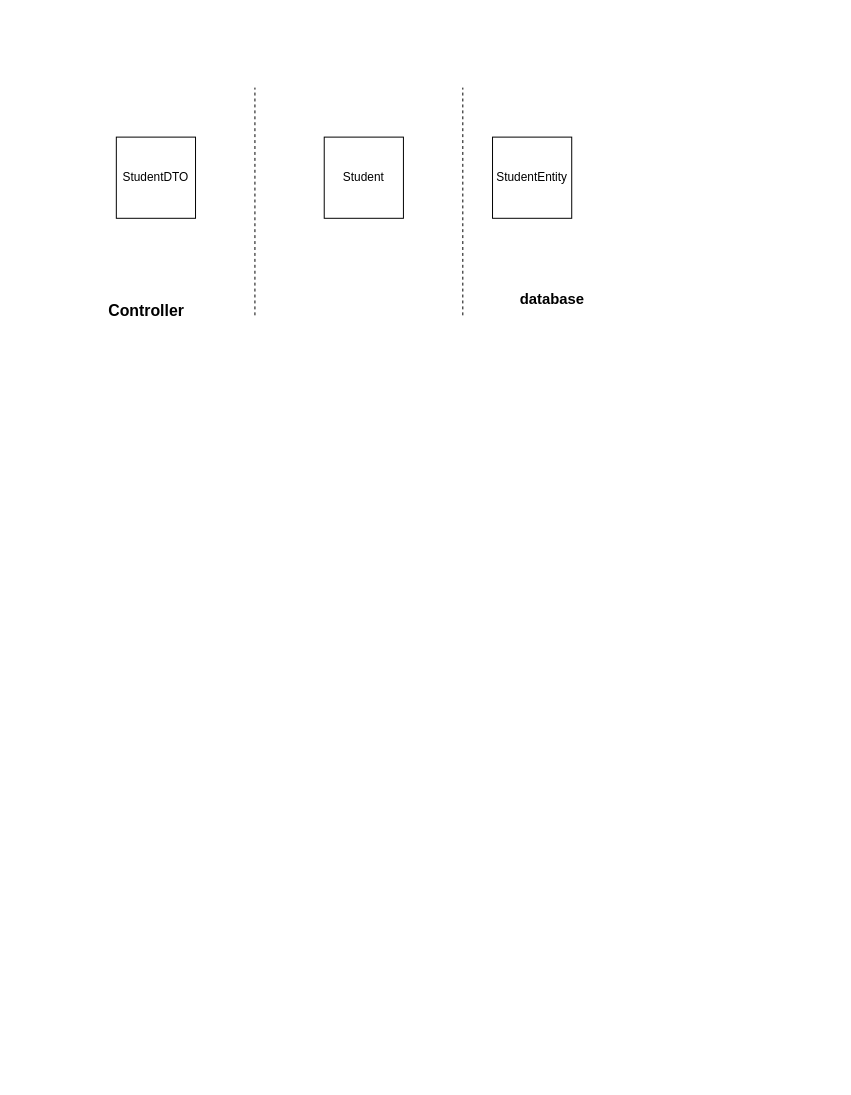
Above: hexagonal-architecure/my-poc-hexagonal/Untitled Diagram.drawio in amirensit/pocs (draw.io), before the change. Source tidied: cells renumbered, new cells numbered last; positions are measured from the earlier drawing's top-left corner, leaving out a move shared by most shapes. Both pictures are drawn from the tidied source at 99%, with x=0, y=0 at pixel (96, 87).
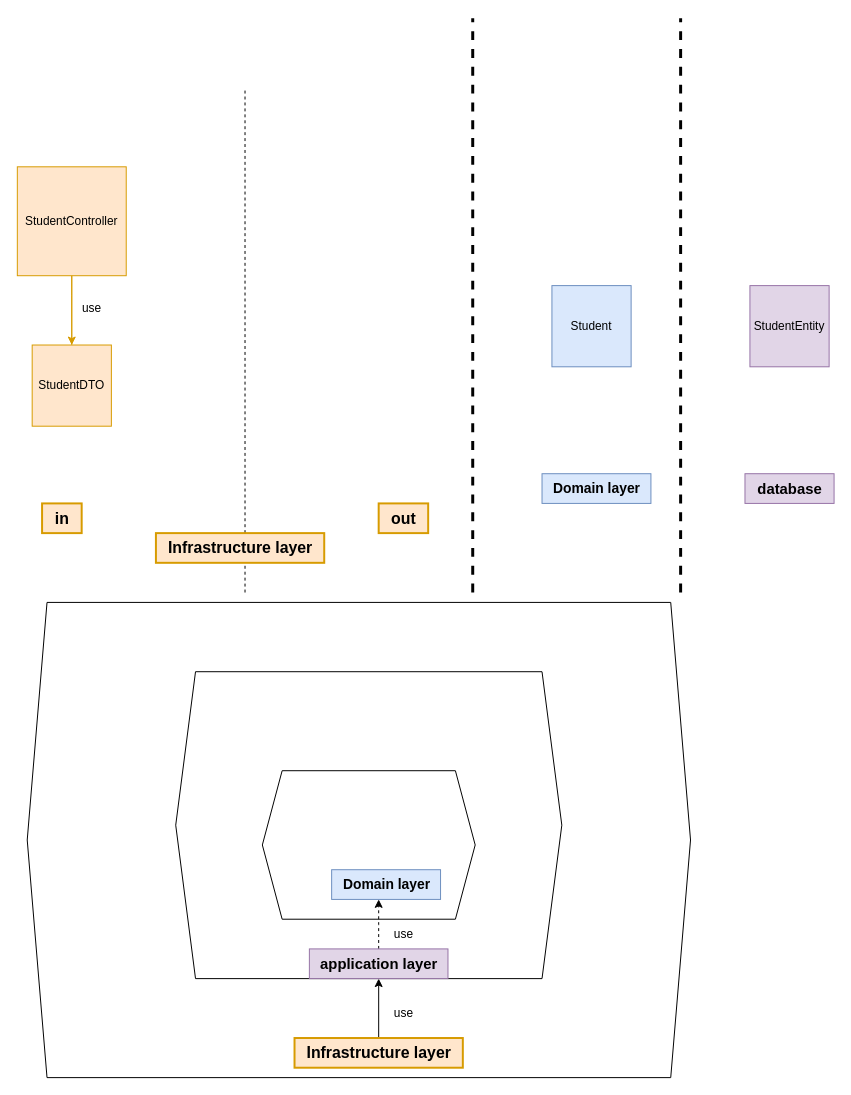
The same diagram, later.

Change to the diagram source:
```diff
@@
+    <mxCell id="9" style="endArrow=none;dashed=1;html=1;rounded=0;strokeWidth=1;" parent="1" edge="1">
+      <mxGeometry relative="1" as="geometry">
+        <mxPoint x="150" y="510" as="sourcePoint" />
+        <mxPoint x="150" as="targetPoint" />
+      </mxGeometry>
+    </mxCell>
+    <mxCell id="10" style="shape=hexagon;perimeter=hexagonPerimeter2;whiteSpace=wrap;html=1;fixedSize=1;" parent="1" vertex="1">
+      <mxGeometry x="-70" y="520" width="670" height="480" as="geometry" />
+    </mxCell>
+    <mxCell id="11" style="shape=hexagon;perimeter=hexagonPerimeter2;whiteSpace=wrap;html=1;fixedSize=1;" parent="1" vertex="1">
+      <mxGeometry x="80" y="590" width="390" height="310" as="geometry" />
+    </mxCell>
+    <mxCell id="12" style="edgeStyle=orthogonalEdgeStyle;rounded=0;jettySize=auto;html=1;fillColor=#ffe6cc;strokeColor=#d79b00;" parent="1" edge="1" source="2">
+      <mxGeometry relative="1" as="geometry">
+        <mxPoint x="-25" y="180" as="targetPoint" />
+      </mxGeometry>
+    </mxCell>
-    <mxCell id="2" value="StudentDTO&lt;br&gt;" style="whiteSpace=wrap;html=1;" parent="1" vertex="1">
-      <mxGeometry x="20" y="50" width="80" height="82" as="geometry" />
+    <mxCell id="2" value="StudentDTO&lt;br&gt;" style="whiteSpace=wrap;html=1;fillColor=#ffe6cc;strokeColor=#d79b00;" parent="1" vertex="1">
+      <mxGeometry x="-65" y="260" width="80" height="82" as="geometry" />
     </mxCell>
-    <mxCell id="3" value="Student" style="whiteSpace=wrap;html=1;" parent="1" vertex="1">
-      <mxGeometry x="230" y="50" width="80" height="82" as="geometry" />
+    <mxCell id="3" value="Student" style="whiteSpace=wrap;html=1;fillColor=#dae8fc;strokeColor=#6c8ebf;" parent="1" vertex="1">
+      <mxGeometry x="460" y="200" width="80" height="82" as="geometry" />
     </mxCell>
-    <mxCell id="4" value="StudentEntity" style="whiteSpace=wrap;html=1;" parent="1" vertex="1">
-      <mxGeometry x="400" y="50" width="80" height="82" as="geometry" />
+    <mxCell id="4" value="StudentEntity" style="whiteSpace=wrap;html=1;fillColor=#e1d5e7;strokeColor=#9673a6;" parent="1" vertex="1">
+      <mxGeometry x="660" y="200" width="80" height="82" as="geometry" />
     </mxCell>
-    <mxCell id="5" style="endArrow=none;dashed=1;html=1;rounded=0;" parent="1" edge="1">
+    <mxCell id="5" style="endArrow=none;dashed=1;html=1;rounded=0;strokeWidth=3;" parent="1" edge="1">
       <mxGeometry relative="1" as="geometry">
-        <mxPoint x="160" y="230" as="sourcePoint" />
-        <mxPoint x="160" as="targetPoint" />
+        <mxPoint x="380" y="510" as="sourcePoint" />
+        <mxPoint x="380" y="-70" as="targetPoint" />
       </mxGeometry>
     </mxCell>
-    <mxCell id="6" style="endArrow=none;dashed=1;html=1;rounded=0;" parent="1" edge="1">
+    <mxCell id="6" style="endArrow=none;dashed=1;html=1;rounded=0;strokeWidth=3;" parent="1" edge="1">
       <mxGeometry relative="1" as="geometry">
-        <mxPoint x="370" y="230" as="sourcePoint" />
-        <mxPoint x="370" as="targetPoint" />
+        <mxPoint x="590" y="510" as="sourcePoint" />
+        <mxPoint x="590" y="-70" as="targetPoint" />
       </mxGeometry>
     </mxCell>
+    <mxCell id="8" value="&lt;font size=&quot;1&quot; style=&quot;&quot;&gt;&lt;b style=&quot;font-size: 15px;&quot;&gt;database&lt;/b&gt;&lt;/font&gt;" style="text;html=1;align=center;verticalAlign=middle;strokeColor=#9673a6;fillColor=#e1d5e7;" parent="1" vertex="1">
+      <mxGeometry x="655" y="390" width="90" height="30" as="geometry" />
+    </mxCell>
+    <mxCell id="13" style="edgeStyle=orthogonalEdgeStyle;rounded=0;jettySize=auto;html=1;entryX=0.5;entryY=0;entryDx=0;entryDy=0;fillColor=#ffe6cc;strokeColor=#d79b00;" parent="1" edge="1" source="14" target="2">
+      <mxGeometry relative="1" as="geometry">
+        <Array as="points">
+          <mxPoint x="-25" y="210" />
+          <mxPoint x="-25" y="210" />
+        </Array>
+      </mxGeometry>
+    </mxCell>
+    <mxCell id="14" value="StudentController" style="whiteSpace=wrap;html=1;fillColor=#ffe6cc;strokeColor=#d79b00;" parent="1" vertex="1">
+      <mxGeometry x="-80" y="80" width="110" height="110" as="geometry" />
+    </mxCell>
+    <mxCell id="15" value="use" style="text;html=1;align=center;verticalAlign=middle;" parent="1" vertex="1">
+      <mxGeometry x="-25" y="208" width="40" height="30" as="geometry" />
+    </mxCell>
+    <mxCell id="16" value="&lt;b&gt;&lt;font style=&quot;font-size: 14px;&quot;&gt;Domain layer&lt;/font&gt;&lt;/b&gt;" style="text;html=1;align=center;verticalAlign=middle;strokeColor=#6c8ebf;fillColor=#dae8fc;" parent="1" vertex="1">
+      <mxGeometry x="450" y="390" width="110" height="30" as="geometry" />
+    </mxCell>
+    <mxCell id="17" style="shape=hexagon;perimeter=hexagonPerimeter2;whiteSpace=wrap;html=1;fixedSize=1;" parent="1" vertex="1">
+      <mxGeometry x="167.5" y="690" width="215" height="150" as="geometry" />
+    </mxCell>
+    <mxCell id="18" style="edgeStyle=orthogonalEdgeStyle;rounded=0;jettySize=auto;html=1;flowAnimation=1;" parent="1" edge="1" source="19" target="22">
+      <mxGeometry relative="1" as="geometry" />
+    </mxCell>
+    <mxCell id="19" value="&lt;font style=&quot;font-size: 16px;&quot;&gt;&lt;b&gt;Infrastructure layer&lt;br&gt;&lt;/b&gt;&lt;/font&gt;" style="text;html=1;align=center;verticalAlign=middle;points=[];strokeColor=#d79b00;fillColor=#ffe6cc;strokeWidth=2;" parent="1" vertex="1">
+      <mxGeometry x="200" y="960" width="170" height="30" as="geometry" />
+    </mxCell>
+    <mxCell id="20" value="&lt;b&gt;&lt;font style=&quot;font-size: 14px;&quot;&gt;Domain layer&lt;/font&gt;&lt;/b&gt;" style="text;html=1;align=center;verticalAlign=middle;strokeColor=#6c8ebf;fillColor=#dae8fc;" parent="1" vertex="1">
+      <mxGeometry x="237.5" y="790" width="110" height="30" as="geometry" />
+    </mxCell>
+    <mxCell id="21" style="edgeStyle=orthogonalEdgeStyle;rounded=0;jettySize=auto;html=1;dashed=1;flowAnimation=1;" parent="1" edge="1" source="22">
+      <mxGeometry relative="1" as="geometry">
+        <mxPoint x="285" y="820" as="targetPoint" />
+      </mxGeometry>
+    </mxCell>
+    <mxCell id="22" value="&lt;font size=&quot;1&quot; style=&quot;&quot;&gt;&lt;b style=&quot;font-size: 15px;&quot;&gt;application layer&lt;/b&gt;&lt;/font&gt;" style="text;html=1;align=center;verticalAlign=middle;points=[];strokeColor=#9673a6;fillColor=#e1d5e7;" parent="1" vertex="1">
+      <mxGeometry x="215" y="870" width="140" height="30" as="geometry" />
+    </mxCell>
+    <mxCell id="23" value="use" style="text;html=1;align=center;verticalAlign=middle;" parent="1" vertex="1">
+      <mxGeometry x="290" y="840" width="40" height="30" as="geometry" />
+    </mxCell>
+    <mxCell id="24" value="use" style="text;html=1;align=center;verticalAlign=middle;" parent="1" vertex="1">
+      <mxGeometry x="290" y="920" width="40" height="30" as="geometry" />
+    </mxCell>
+    <mxCell id="25" value="&lt;font style=&quot;font-size: 16px;&quot;&gt;&lt;b&gt;in&lt;br&gt;&lt;/b&gt;&lt;/font&gt;" style="text;html=1;align=center;verticalAlign=middle;strokeColor=#d79b00;fillColor=#ffe6cc;strokeWidth=2;" parent="1" vertex="1">
+      <mxGeometry x="-55" y="420" width="40" height="30" as="geometry" />
+    </mxCell>
+    <mxCell id="26" value="&lt;font style=&quot;font-size: 16px;&quot;&gt;&lt;b&gt;out&lt;br&gt;&lt;/b&gt;&lt;/font&gt;" style="text;html=1;align=center;verticalAlign=middle;strokeColor=#d79b00;fillColor=#ffe6cc;strokeWidth=2;" parent="1" vertex="1">
+      <mxGeometry x="285" y="420" width="50" height="30" as="geometry" />
+    </mxCell>
-    <mxCell id="7" value="&lt;font style=&quot;font-size: 16px;&quot;&gt;&lt;b&gt;Controller&lt;/b&gt;&lt;/font&gt;" style="text;html=1;align=center;verticalAlign=middle;strokeColor=none;fillColor=none;strokeWidth=2;" parent="1" vertex="1">
-      <mxGeometry y="210" width="100" height="30" as="geometry" />
+    <mxCell id="7" value="&lt;font style=&quot;font-size: 16px;&quot;&gt;&lt;b&gt;Infrastructure layer&lt;br&gt;&lt;/b&gt;&lt;/font&gt;" style="text;html=1;align=center;verticalAlign=middle;strokeColor=#d79b00;fillColor=#ffe6cc;strokeWidth=2;" parent="1" vertex="1">
+      <mxGeometry x="60" y="450" width="170" height="30" as="geometry" />
     </mxCell>
-    <mxCell id="8" value="&lt;font size=&quot;1&quot; style=&quot;&quot;&gt;&lt;b style=&quot;font-size: 15px;&quot;&gt;database&lt;/b&gt;&lt;/font&gt;" style="text;html=1;align=center;verticalAlign=middle;strokeColor=none;fillColor=none;" parent="1" vertex="1">
-      <mxGeometry x="415" y="198" width="90" height="30" as="geometry" />
-    </mxCell>
```
